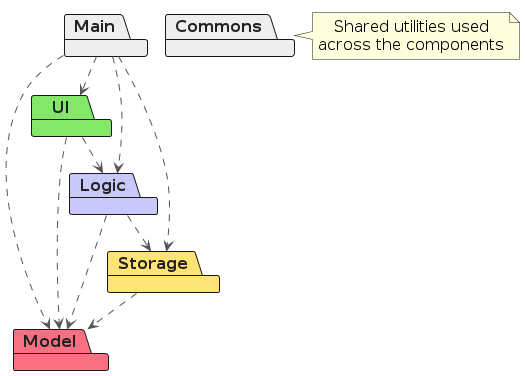
This is diagrams/ArchitectureDiagram.png from AY2627S1-CS2103T-T16-1/tp, a PlantUML export, as it was before one commit. Its source is kept beside it as diagrams/ArchitectureDiagram.puml. Source of this version:
```plantuml
@startuml
!include style.puml
!pragma layout smetana
skinparam defaultFontSize 16
skinparam packageFontColor #222222
skinparam arrowColor #555555
skinparam ArrowFontStyle plain
skinparam nodesep 45
skinparam ranksep 40

package Main #EEEEEE
package UI UI_COLOR_T1
package Logic LOGIC_COLOR_T1
package Storage STORAGE_COLOR_T1
package Model MODEL_COLOR_T1
package Commons #EEEEEE

Main ..> UI
Main ..> Logic
Main ..> Storage
Main ..> Model
UI ..> Logic
UI ..> Model
Logic ..> Model
Logic ..> Storage
Storage ..> Model

Main -[hidden]right-> Commons
note right of Commons
  Shared utilities used
  across the components
end note
@enduml
```
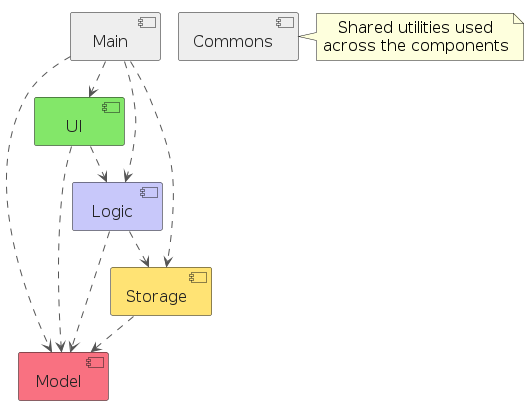
The same diagram one commit later.

Change to the diagram source:
```diff
@@ -2,18 +2,19 @@
 !include style.puml
 !pragma layout smetana
 skinparam defaultFontSize 16
-skinparam packageFontColor #222222
+skinparam componentStyle uml2
+skinparam componentFontColor #222222
 skinparam arrowColor #555555
 skinparam ArrowFontStyle plain
 skinparam nodesep 45
 skinparam ranksep 40
 
-package Main #EEEEEE
-package UI UI_COLOR_T1
-package Logic LOGIC_COLOR_T1
-package Storage STORAGE_COLOR_T1
-package Model MODEL_COLOR_T1
-package Commons #EEEEEE
+component Main #EEEEEE
+component UI UI_COLOR_T1
+component Logic LOGIC_COLOR_T1
+component Storage STORAGE_COLOR_T1
+component Model MODEL_COLOR_T1
+component Commons #EEEEEE
 
 Main ..> UI
 Main ..> Logic
```
